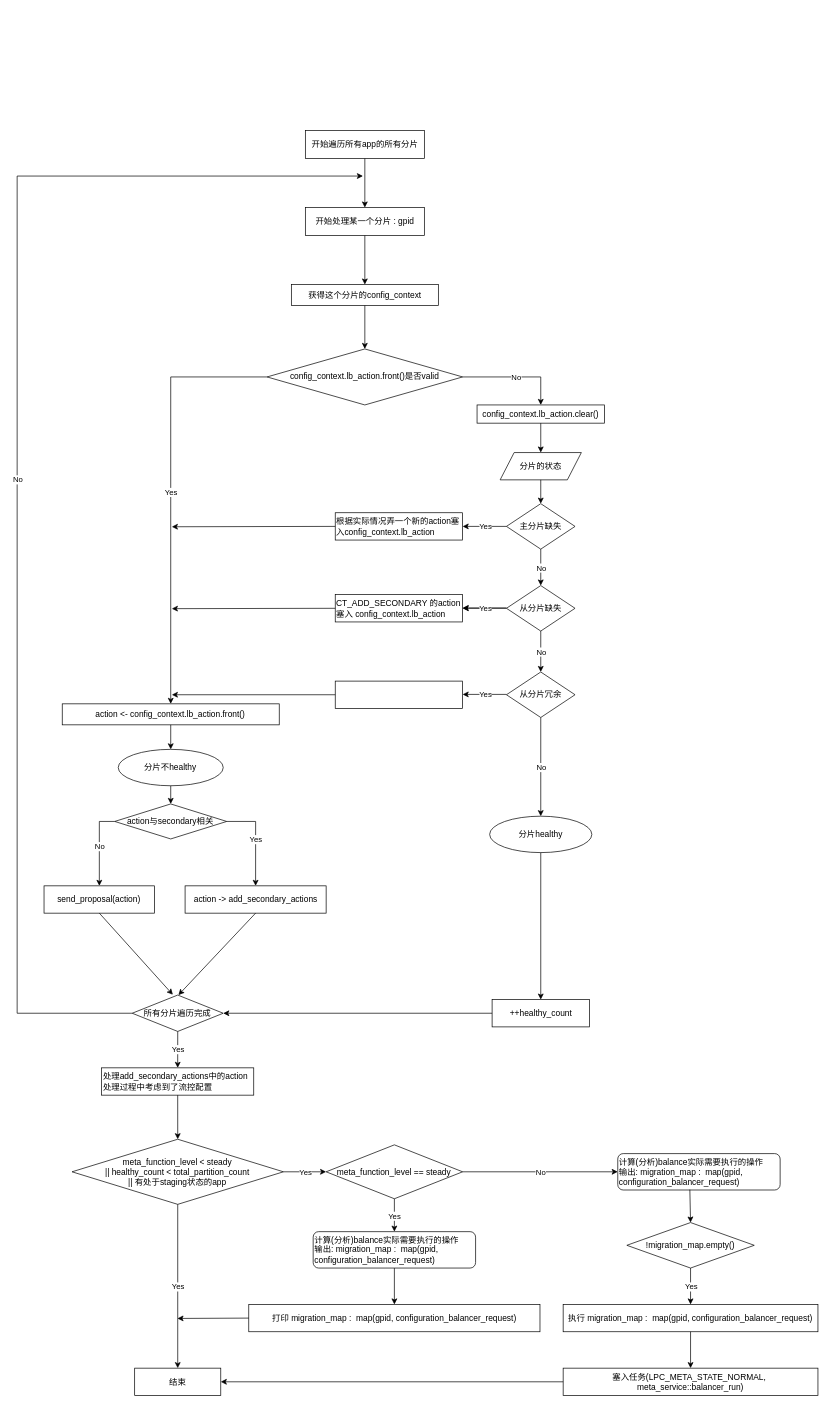
cauchy1988/6.824 keeps this draw.io diagram as Untitled Diagram.drawio. Above is the earlier version. Source tidied: cells renumbered, new cells numbered last; positions are measured from the earlier drawing's top-left corner, leaving out a move shared by most shapes. Both pictures are drawn from the tidied source at 70%, with x=0, y=0 at pixel (17, 130).
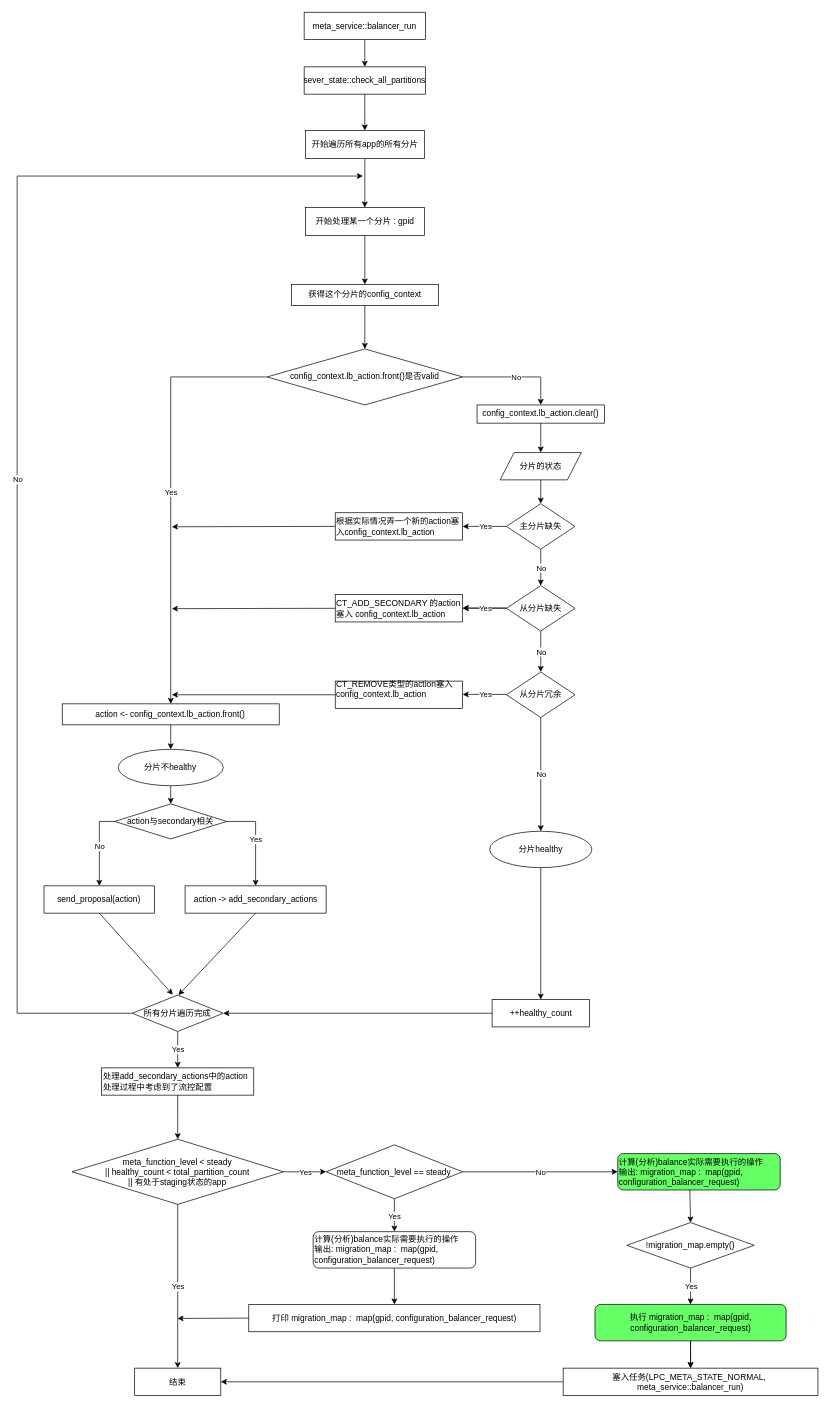
Above is the later version.

Unchanged cells that the change refers to:
```xml
<mxCell id="2" value="开始遍历所有app的所有分片" style="rounded=0;whiteSpace=wrap;html=1;" parent="1" vertex="1">
  <mxGeometry x="411.7" width="170" height="40" as="geometry" />
</mxCell>
<mxCell id="14" value="!migration_map.empty()" style="rhombus;whiteSpace=wrap;html=1;" parent="1" vertex="1">
  <mxGeometry x="871" y="1560" width="182" height="65" as="geometry" />
</mxCell>
<mxCell id="17" value="塞入任务(LPC_META_STATE_NORMAL,&amp;nbsp; meta_service::balancer_run)" style="rounded=0;whiteSpace=wrap;html=1;" parent="1" vertex="1">
  <mxGeometry x="780" y="1768" width="364" height="39" as="geometry" />
</mxCell>
```

Diff of the diagram source:
```diff
@@
-    <mxCell id="15" value="&lt;span style=&quot;text-align: left&quot;&gt;执行 migration_map :&amp;nbsp;&amp;nbsp;&lt;/span&gt;&lt;span style=&quot;text-align: left&quot;&gt;map(gpid, configuration_balancer_request)&lt;/span&gt;" style="rounded=0;whiteSpace=wrap;html=1;" parent="1" vertex="1">
-      <mxGeometry x="780" y="1677" width="364" height="39" as="geometry" />
-    </mxCell>
@@
     <mxCell id="45" value="分片healthy" style="ellipse;whiteSpace=wrap;html=1;" parent="1" vertex="1">
-      <mxGeometry x="675" y="979.5" width="146" height="52" as="geometry" />
+      <mxGeometry x="675" y="1001" width="146" height="52" as="geometry" />
     </mxCell>
@@
-    <mxCell id="61" style="rounded=0;whiteSpace=wrap;html=1;" parent="1" vertex="1">
+    <mxCell id="61" value="CT_REMOVE类型的action塞入config_context.lb_action&lt;br&gt;&amp;nbsp;" style="rounded=0;whiteSpace=wrap;html=1;align=left;" parent="1" vertex="1">
       <mxGeometry x="454.4" y="786.5" width="182" height="39" as="geometry" />
     </mxCell>
@@
-    <mxCell id="66" value="&lt;span&gt;计算(分析)balance实际需要执行的操作&lt;/span&gt;&lt;br&gt;&lt;span&gt;输出: migration_map :&amp;nbsp;&amp;nbsp;&lt;/span&gt;&lt;span&gt;map(gpid, configuration_balancer_request)&lt;/span&gt;" style="rounded=1;whiteSpace=wrap;html=1;align=left;" parent="1" vertex="1">
+    <mxCell id="66" value="&lt;span&gt;计算(分析)balance实际需要执行的操作&lt;/span&gt;&lt;br&gt;&lt;span&gt;输出: migration_map :&amp;nbsp;&amp;nbsp;&lt;/span&gt;&lt;span&gt;map(gpid, configuration_balancer_request)&lt;/span&gt;" style="rounded=1;whiteSpace=wrap;html=1;align=left;fillColor=#66FF66;" parent="1" vertex="1">
       <mxGeometry x="858" y="1461.5" width="232" height="52" as="geometry" />
     </mxCell>
@@
-    <mxCell id="74" style="endArrow=classic;html=1;rounded=0;exitX=0.5;exitY=1;exitDx=0;exitDy=0;" parent="1" edge="1" source="15" target="17">
-      <mxGeometry relative="1" as="geometry" />
+    <mxCell id="74" style="endArrow=classic;html=1;rounded=0;exitX=0.5;exitY=1;exitDx=0;exitDy=0;" parent="1" edge="1" target="17">
+      <mxGeometry relative="1" as="geometry">
+        <mxPoint x="962" y="1716" as="sourcePoint" />
+      </mxGeometry>
     </mxCell>
-    <mxCell id="75" style="endArrow=classic;html=1;rounded=0;exitX=0.5;exitY=1;exitDx=0;exitDy=0;" parent="1" edge="1" source="14" target="15">
-      <mxGeometry relative="1" as="geometry" />
+    <mxCell id="75" style="endArrow=classic;html=1;rounded=0;exitX=0.5;exitY=1;exitDx=0;exitDy=0;" parent="1" edge="1" source="14">
+      <mxGeometry relative="1" as="geometry">
+        <mxPoint x="962" y="1677" as="targetPoint" />
+      </mxGeometry>
     </mxCell>
@@
+    <mxCell id="87" style="edgeStyle=orthogonalEdgeStyle;rounded=0;jettySize=auto;html=1;" parent="1" edge="1" source="15" target="17">
+      <mxGeometry relative="1" as="geometry" />
+    </mxCell>
+    <mxCell id="15" value="&lt;span style=&quot;text-align: left&quot;&gt;执行 migration_map :&amp;nbsp;&amp;nbsp;&lt;/span&gt;&lt;span style=&quot;text-align: left&quot;&gt;map(gpid, configuration_balancer_request)&lt;/span&gt;" style="rounded=1;whiteSpace=wrap;html=1;fillColor=#66FF66;" parent="1" vertex="1">
+      <mxGeometry x="825.5" y="1677" width="273" height="52" as="geometry" />
+    </mxCell>
+    <mxCell id="88" value="meta_service::balancer_run" style="rounded=0;whiteSpace=wrap;html=1;fillColor=#FFFFFF;" parent="1" vertex="1">
+      <mxGeometry x="410" y="-169" width="173.3" height="39" as="geometry" />
+    </mxCell>
+    <mxCell id="89" value="sever_state::check_all_partitions" style="rounded=0;whiteSpace=wrap;html=1;fillColor=#FFFFFF;" parent="1" vertex="1">
+      <mxGeometry x="410" y="-91" width="173.3" height="39" as="geometry" />
+    </mxCell>
+    <mxCell id="90" style="endArrow=classic;html=1;rounded=0;exitX=0.5;exitY=1;exitDx=0;exitDy=0;entryX=0.5;entryY=0;entryDx=0;entryDy=0;" parent="1" edge="1" source="88" target="89">
+      <mxGeometry relative="1" as="geometry" />
+    </mxCell>
+    <mxCell id="91" style="endArrow=classic;html=1;rounded=0;exitX=0.5;exitY=1;exitDx=0;exitDy=0;entryX=0.5;entryY=0;entryDx=0;entryDy=0;" parent="1" edge="1" source="89" target="2">
+      <mxGeometry relative="1" as="geometry" />
+    </mxCell>
```
